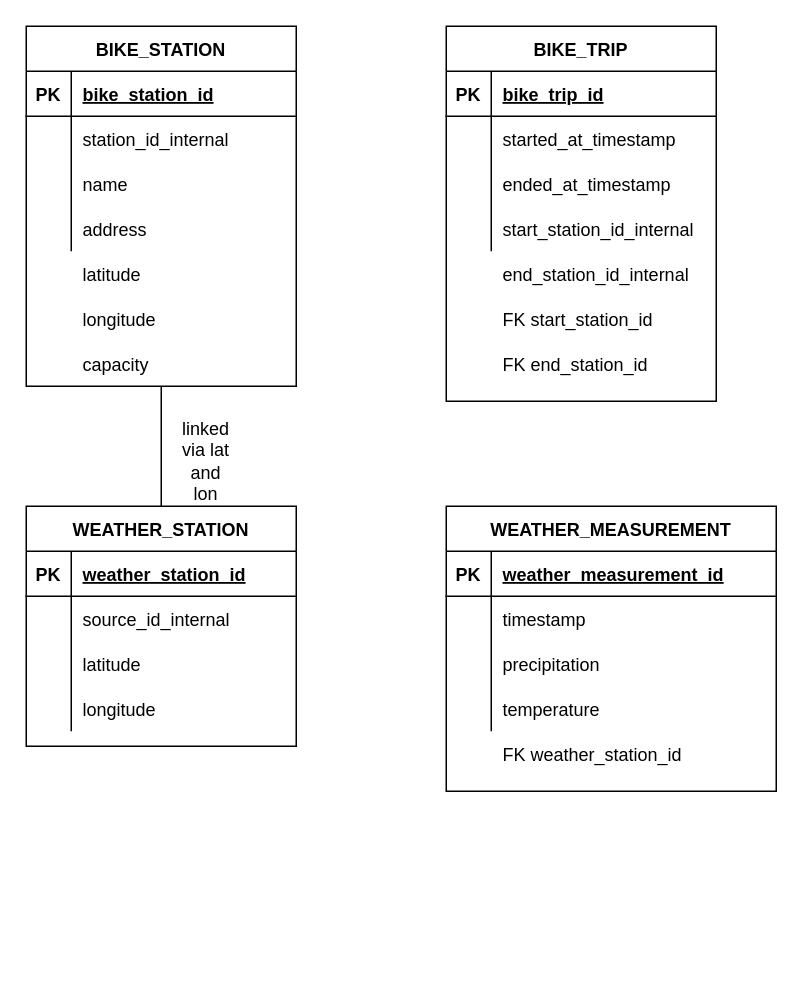
Before: page "Page-5" (5 of 5) of _planning_and_organising/ER diagram and Table structure.drawio in tonande02/biking_engineers, a draw.io diagram. Source tidied: cells renumbered, new cells numbered last; positions are measured from the earlier drawing's top-left corner, leaving out a move shared by most shapes. Both pictures are drawn from the tidied source at 150%, with x=0, y=0 at pixel (26, 26).
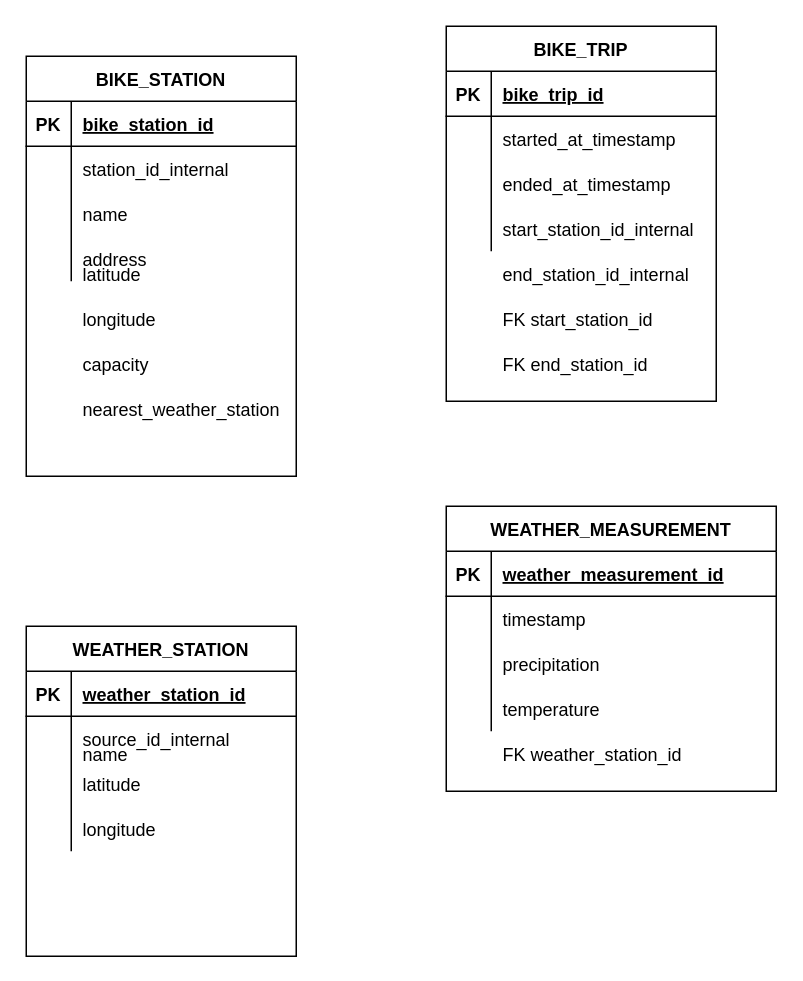
The same diagram, later.

Commit message (it also covers changes not shown here):
Adding updated ER modell and table sketch

The edit, as a diff of the source:
```diff
@@
     <mxCell id="2" value="BIKE_STATION" style="shape=table;startSize=30;childLayout=tableLayout;rowLines=0;fontStyle=1;align=center;" parent="1" vertex="1">
-      <mxGeometry width="180" height="240" as="geometry" />
+      <mxGeometry y="20" width="180" height="280" as="geometry" />
     </mxCell>
@@
-    <mxCell id="40" style="edgeStyle=orthogonalEdgeStyle;rounded=0;jettySize=auto;html=1;exitX=0.5;exitY=0;exitDx=0;exitDy=0;entryX=0.5;entryY=1;entryDx=0;entryDy=0;endArrow=none;endFill=0;" parent="1" edge="1" source="41" target="2">
-      <mxGeometry relative="1" as="geometry" />
-    </mxCell>
     <mxCell id="41" value="WEATHER_STATION" style="shape=table;startSize=30;childLayout=tableLayout;rowLines=0;fontStyle=1;align=center;" parent="1" vertex="1">
-      <mxGeometry y="320" width="180" height="160" as="geometry" />
+      <mxGeometry y="400" width="180" height="220" as="geometry" />
     </mxCell>
@@
-    <mxCell id="70" value="linked via lat and lon" style="text;html=1;strokeColor=none;fillColor=none;align=center;verticalAlign=middle;whiteSpace=wrap;rounded=0;" parent="1" vertex="1">
-      <mxGeometry x="100" y="280" width="40" height="20" as="geometry" />
-    </mxCell>
+    <mxCell id="71" value="name" style="shape=partialRectangle;fillColor=none;top=0;left=0;bottom=0;right=0;align=left;spacingLeft=6;overflow=hidden;" parent="1" vertex="1">
+      <mxGeometry x="30" y="470" width="150" height="30" as="geometry" />
+    </mxCell>
+    <mxCell id="72" value="nearest_weather_station" style="shape=partialRectangle;fillColor=none;top=0;left=0;bottom=0;right=0;align=left;spacingLeft=6;overflow=hidden;" parent="1" vertex="1">
+      <mxGeometry x="30" y="240" width="150" height="30" as="geometry" />
+    </mxCell>
```
